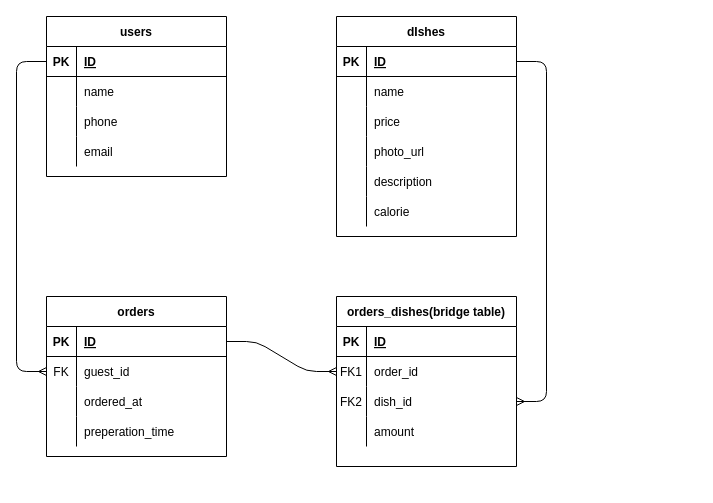
Earlier version of the draw.io diagram planning/ERD.drawio (xli52/pizza_king). Source tidied: cells renumbered, new cells numbered last; positions are measured from the earlier drawing's top-left corner, leaving out a move shared by most shapes. Both pictures are drawn from the tidied source at 100%, with x=0, y=0 at pixel (16, 16).
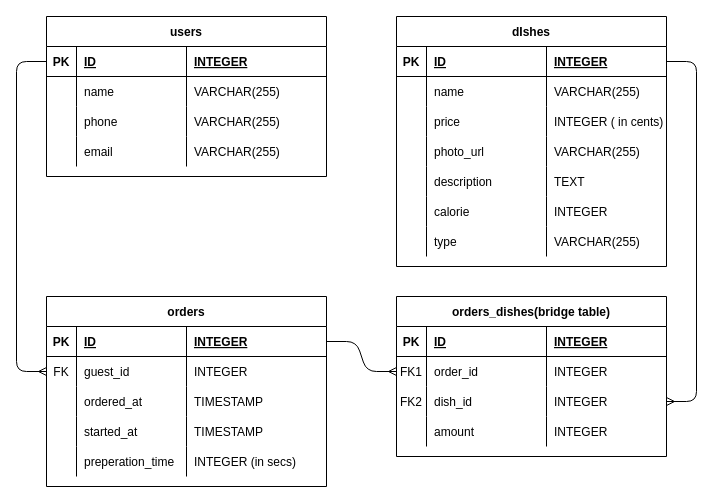
The same diagram, later.

Commit message:
ERD data type added

Diff of the diagram source:
```diff
@@
     <mxCell id="2" value="users" style="shape=table;startSize=30;childLayout=tableLayout;rowLines=0;fontStyle=1;align=center;" parent="1" vertex="1">
-      <mxGeometry x="30" width="180" height="160" as="geometry" />
+      <mxGeometry x="30" width="280" height="160" as="geometry" />
     </mxCell>
     <mxCell id="3" style="shape=partialRectangle;fillColor=none;top=0;left=0;bottom=1;right=0;points=[[0,0.5],[1,0.5]];portConstraint=eastwest;" parent="2" vertex="1">
-      <mxGeometry y="30" width="180" height="30" as="geometry" />
+      <mxGeometry y="30" width="280" height="30" as="geometry" />
     </mxCell>
@@
     <mxCell id="5" value="ID" style="shape=partialRectangle;fillColor=none;top=0;left=0;bottom=0;right=0;align=left;spacingLeft=6;fontStyle=5;overflow=hidden;" parent="3" vertex="1">
-      <mxGeometry x="30" width="150" height="30" as="geometry" />
+      <mxGeometry x="30" width="110" height="30" as="geometry" />
     </mxCell>
+    <mxCell id="63" value="INTEGER" style="shape=partialRectangle;fillColor=none;top=0;left=0;bottom=0;right=0;align=left;spacingLeft=6;fontStyle=5;overflow=hidden;" parent="3" vertex="1">
+      <mxGeometry x="140" width="140" height="30" as="geometry" />
+    </mxCell>
     <mxCell id="6" style="shape=partialRectangle;fillColor=none;top=0;left=0;bottom=0;right=0;" parent="2" vertex="1">
-      <mxGeometry y="60" width="180" height="30" as="geometry" />
+      <mxGeometry y="60" width="280" height="30" as="geometry" />
     </mxCell>
@@
     <mxCell id="8" value="name" style="shape=partialRectangle;fillColor=none;top=0;left=0;bottom=0;right=0;align=left;spacingLeft=6;overflow=hidden;" parent="6" vertex="1">
-      <mxGeometry x="30" width="150" height="30" as="geometry" />
+      <mxGeometry x="30" width="110" height="30" as="geometry" />
     </mxCell>
+    <mxCell id="64" value="VARCHAR(255)" style="shape=partialRectangle;fillColor=none;top=0;left=0;bottom=0;right=0;align=left;spacingLeft=6;overflow=hidden;" parent="6" vertex="1">
+      <mxGeometry x="140" width="140" height="30" as="geometry" />
+    </mxCell>
     <mxCell id="9" style="shape=partialRectangle;fillColor=none;top=0;left=0;bottom=0;right=0;" parent="2" vertex="1">
-      <mxGeometry y="90" width="180" height="30" as="geometry" />
+      <mxGeometry y="90" width="280" height="30" as="geometry" />
     </mxCell>
@@
     <mxCell id="11" value="phone" style="shape=partialRectangle;fillColor=none;top=0;left=0;bottom=0;right=0;align=left;spacingLeft=6;overflow=hidden;" parent="9" vertex="1">
-      <mxGeometry x="30" width="150" height="30" as="geometry" />
+      <mxGeometry x="30" width="110" height="30" as="geometry" />
     </mxCell>
+    <mxCell id="65" value="VARCHAR(255)" style="shape=partialRectangle;fillColor=none;top=0;left=0;bottom=0;right=0;align=left;spacingLeft=6;overflow=hidden;" parent="9" vertex="1">
+      <mxGeometry x="140" width="140" height="30" as="geometry" />
+    </mxCell>
     <mxCell id="12" style="shape=partialRectangle;fillColor=none;top=0;left=0;bottom=0;right=0;" parent="2" vertex="1">
-      <mxGeometry y="120" width="180" height="30" as="geometry" />
+      <mxGeometry y="120" width="280" height="30" as="geometry" />
     </mxCell>
@@
     <mxCell id="14" value="email" style="shape=partialRectangle;fillColor=none;top=0;left=0;bottom=0;right=0;align=left;spacingLeft=6;overflow=hidden;" parent="12" vertex="1">
-      <mxGeometry x="30" width="150" height="30" as="geometry" />
+      <mxGeometry x="30" width="110" height="30" as="geometry" />
     </mxCell>
+    <mxCell id="66" value="VARCHAR(255)" style="shape=partialRectangle;fillColor=none;top=0;left=0;bottom=0;right=0;align=left;spacingLeft=6;overflow=hidden;" parent="12" vertex="1">
+      <mxGeometry x="140" width="140" height="30" as="geometry" />
+    </mxCell>
     <mxCell id="15" value="dIshes" style="shape=table;startSize=30;childLayout=tableLayout;rowLines=0;fontStyle=1;align=center;" parent="1" vertex="1">
-      <mxGeometry x="320" width="180" height="220" as="geometry" />
+      <mxGeometry x="380" width="270" height="250" as="geometry" />
     </mxCell>
     <mxCell id="16" style="shape=partialRectangle;fillColor=none;top=0;left=0;bottom=1;right=0;points=[[0,0.5],[1,0.5]];portConstraint=eastwest;" parent="15" vertex="1">
-      <mxGeometry y="30" width="180" height="30" as="geometry" />
+      <mxGeometry y="30" width="270" height="30" as="geometry" />
     </mxCell>
@@
     <mxCell id="18" value="ID" style="shape=partialRectangle;fillColor=none;top=0;left=0;bottom=0;right=0;align=left;spacingLeft=6;fontStyle=5;overflow=hidden;" parent="16" vertex="1">
-      <mxGeometry x="30" width="150" height="30" as="geometry" />
+      <mxGeometry x="30" width="120" height="30" as="geometry" />
     </mxCell>
+    <mxCell id="67" value="INTEGER" style="shape=partialRectangle;fillColor=none;top=0;left=0;bottom=0;right=0;align=left;spacingLeft=6;fontStyle=5;overflow=hidden;" parent="16" vertex="1">
+      <mxGeometry x="150" width="120" height="30" as="geometry" />
+    </mxCell>
     <mxCell id="19" style="shape=partialRectangle;fillColor=none;top=0;left=0;bottom=0;right=0;" parent="15" vertex="1">
-      <mxGeometry y="60" width="180" height="30" as="geometry" />
+      <mxGeometry y="60" width="270" height="30" as="geometry" />
     </mxCell>
@@
     <mxCell id="21" value="name" style="shape=partialRectangle;fillColor=none;top=0;left=0;bottom=0;right=0;align=left;spacingLeft=6;overflow=hidden;" parent="19" vertex="1">
-      <mxGeometry x="30" width="150" height="30" as="geometry" />
+      <mxGeometry x="30" width="120" height="30" as="geometry" />
     </mxCell>
+    <mxCell id="68" value="VARCHAR(255)" style="shape=partialRectangle;fillColor=none;top=0;left=0;bottom=0;right=0;align=left;spacingLeft=6;overflow=hidden;" parent="19" vertex="1">
+      <mxGeometry x="150" width="120" height="30" as="geometry" />
+    </mxCell>
     <mxCell id="22" style="shape=partialRectangle;fillColor=none;top=0;left=0;bottom=0;right=0;" parent="15" vertex="1">
-      <mxGeometry y="90" width="180" height="30" as="geometry" />
+      <mxGeometry y="90" width="270" height="30" as="geometry" />
     </mxCell>
@@
     <mxCell id="24" value="price" style="shape=partialRectangle;fillColor=none;top=0;left=0;bottom=0;right=0;align=left;spacingLeft=6;overflow=hidden;" parent="22" vertex="1">
-      <mxGeometry x="30" width="150" height="30" as="geometry" />
+      <mxGeometry x="30" width="120" height="30" as="geometry" />
     </mxCell>
+    <mxCell id="69" value="INTEGER ( in cents)" style="shape=partialRectangle;fillColor=none;top=0;left=0;bottom=0;right=0;align=left;spacingLeft=6;overflow=hidden;" parent="22" vertex="1">
+      <mxGeometry x="150" width="120" height="30" as="geometry" />
+    </mxCell>
     <mxCell id="25" style="shape=partialRectangle;fillColor=none;top=0;left=0;bottom=0;right=0;" parent="15" vertex="1">
-      <mxGeometry y="120" width="180" height="30" as="geometry" />
+      <mxGeometry y="120" width="270" height="30" as="geometry" />
     </mxCell>
@@
     <mxCell id="27" value="photo_url" style="shape=partialRectangle;fillColor=none;top=0;left=0;bottom=0;right=0;align=left;spacingLeft=6;overflow=hidden;" parent="25" vertex="1">
-      <mxGeometry x="30" width="150" height="30" as="geometry" />
+      <mxGeometry x="30" width="120" height="30" as="geometry" />
     </mxCell>
+    <mxCell id="70" value="VARCHAR(255)" style="shape=partialRectangle;fillColor=none;top=0;left=0;bottom=0;right=0;align=left;spacingLeft=6;overflow=hidden;" parent="25" vertex="1">
+      <mxGeometry x="150" width="120" height="30" as="geometry" />
+    </mxCell>
     <mxCell id="28" style="shape=partialRectangle;fillColor=none;top=0;left=0;bottom=0;right=0;" parent="15" vertex="1">
-      <mxGeometry y="150" width="180" height="30" as="geometry" />
+      <mxGeometry y="150" width="270" height="30" as="geometry" />
     </mxCell>
@@
     <mxCell id="30" value="description" style="shape=partialRectangle;fillColor=none;top=0;left=0;bottom=0;right=0;align=left;spacingLeft=6;overflow=hidden;" parent="28" vertex="1">
-      <mxGeometry x="30" width="150" height="30" as="geometry" />
+      <mxGeometry x="30" width="120" height="30" as="geometry" />
     </mxCell>
+    <mxCell id="71" value="TEXT" style="shape=partialRectangle;fillColor=none;top=0;left=0;bottom=0;right=0;align=left;spacingLeft=6;overflow=hidden;" parent="28" vertex="1">
+      <mxGeometry x="150" width="120" height="30" as="geometry" />
+    </mxCell>
     <mxCell id="31" style="shape=partialRectangle;fillColor=none;top=0;left=0;bottom=0;right=0;" parent="15" vertex="1">
-      <mxGeometry y="180" width="180" height="30" as="geometry" />
+      <mxGeometry y="180" width="270" height="30" as="geometry" />
     </mxCell>
@@
     <mxCell id="33" value="calorie" style="shape=partialRectangle;fillColor=none;top=0;left=0;bottom=0;right=0;align=left;spacingLeft=6;overflow=hidden;" parent="31" vertex="1">
-      <mxGeometry x="30" width="150" height="30" as="geometry" />
+      <mxGeometry x="30" width="120" height="30" as="geometry" />
     </mxCell>
+    <mxCell id="72" value="INTEGER" style="shape=partialRectangle;fillColor=none;top=0;left=0;bottom=0;right=0;align=left;spacingLeft=6;overflow=hidden;" parent="31" vertex="1">
+      <mxGeometry x="150" width="120" height="30" as="geometry" />
+    </mxCell>
+    <mxCell id="73" style="shape=partialRectangle;fillColor=none;top=0;left=0;bottom=0;right=0;" parent="15" vertex="1">
+      <mxGeometry y="210" width="270" height="30" as="geometry" />
+    </mxCell>
+    <mxCell id="74" style="shape=partialRectangle;fillColor=none;top=0;left=0;bottom=0;right=0;overflow=hidden;" parent="73" vertex="1">
+      <mxGeometry width="30" height="30" as="geometry" />
+    </mxCell>
+    <mxCell id="75" value="type" style="shape=partialRectangle;fillColor=none;top=0;left=0;bottom=0;right=0;align=left;spacingLeft=6;overflow=hidden;" parent="73" vertex="1">
+      <mxGeometry x="30" width="120" height="30" as="geometry" />
+    </mxCell>
+    <mxCell id="76" value="VARCHAR(255)" style="shape=partialRectangle;fillColor=none;top=0;left=0;bottom=0;right=0;align=left;spacingLeft=6;overflow=hidden;" parent="73" vertex="1">
+      <mxGeometry x="150" width="120" height="30" as="geometry" />
+    </mxCell>
     <mxCell id="34" value="orders" style="shape=table;startSize=30;childLayout=tableLayout;rowLines=0;fontStyle=1;align=center;" parent="1" vertex="1">
-      <mxGeometry x="30" y="280" width="180" height="160" as="geometry" />
+      <mxGeometry x="30" y="280" width="280" height="190" as="geometry" />
     </mxCell>
     <mxCell id="35" style="shape=partialRectangle;fillColor=none;top=0;left=0;bottom=1;right=0;points=[[0,0.5],[1,0.5]];portConstraint=eastwest;" parent="34" vertex="1">
-      <mxGeometry y="30" width="180" height="30" as="geometry" />
+      <mxGeometry y="30" width="280" height="30" as="geometry" />
     </mxCell>
@@
     <mxCell id="37" value="ID" style="shape=partialRectangle;fillColor=none;top=0;left=0;bottom=0;right=0;align=left;spacingLeft=6;fontStyle=5;overflow=hidden;" parent="35" vertex="1">
-      <mxGeometry x="30" width="150" height="30" as="geometry" />
+      <mxGeometry x="30" width="110" height="30" as="geometry" />
     </mxCell>
+    <mxCell id="77" value="INTEGER" style="shape=partialRectangle;fillColor=none;top=0;left=0;bottom=0;right=0;align=left;spacingLeft=6;fontStyle=5;overflow=hidden;" parent="35" vertex="1">
+      <mxGeometry x="140" width="140" height="30" as="geometry" />
+    </mxCell>
     <mxCell id="38" style="shape=partialRectangle;fillColor=none;top=0;left=0;bottom=0;right=0;points=[[0,0.5],[1,0.5]];portConstraint=eastwest;" parent="34" vertex="1">
-      <mxGeometry y="60" width="180" height="30" as="geometry" />
+      <mxGeometry y="60" width="280" height="30" as="geometry" />
     </mxCell>
@@
     <mxCell id="40" value="guest_id" style="shape=partialRectangle;fillColor=none;top=0;left=0;bottom=0;right=0;align=left;spacingLeft=6;overflow=hidden;" parent="38" vertex="1">
-      <mxGeometry x="30" width="150" height="30" as="geometry" />
+      <mxGeometry x="30" width="110" height="30" as="geometry" />
     </mxCell>
+    <mxCell id="78" value="INTEGER" style="shape=partialRectangle;fillColor=none;top=0;left=0;bottom=0;right=0;align=left;spacingLeft=6;overflow=hidden;" parent="38" vertex="1">
+      <mxGeometry x="140" width="140" height="30" as="geometry" />
+    </mxCell>
     <mxCell id="41" style="shape=partialRectangle;fillColor=none;top=0;left=0;bottom=0;right=0;" parent="34" vertex="1">
-      <mxGeometry y="90" width="180" height="30" as="geometry" />
+      <mxGeometry y="90" width="280" height="30" as="geometry" />
     </mxCell>
@@
     <mxCell id="43" value="ordered_at" style="shape=partialRectangle;fillColor=none;top=0;left=0;bottom=0;right=0;align=left;spacingLeft=6;overflow=hidden;" parent="41" vertex="1">
-      <mxGeometry x="30" width="150" height="30" as="geometry" />
+      <mxGeometry x="30" width="110" height="30" as="geometry" />
     </mxCell>
+    <mxCell id="79" value="TIMESTAMP" style="shape=partialRectangle;fillColor=none;top=0;left=0;bottom=0;right=0;align=left;spacingLeft=6;overflow=hidden;" parent="41" vertex="1">
+      <mxGeometry x="140" width="140" height="30" as="geometry" />
+    </mxCell>
+    <mxCell id="80" style="shape=partialRectangle;fillColor=none;top=0;left=0;bottom=0;right=0;" parent="34" vertex="1">
+      <mxGeometry y="120" width="280" height="30" as="geometry" />
+    </mxCell>
+    <mxCell id="81" style="shape=partialRectangle;fillColor=none;top=0;left=0;bottom=0;right=0;overflow=hidden;" parent="80" vertex="1">
+      <mxGeometry width="30" height="30" as="geometry" />
+    </mxCell>
+    <mxCell id="82" value="started_at" style="shape=partialRectangle;fillColor=none;top=0;left=0;bottom=0;right=0;align=left;spacingLeft=6;overflow=hidden;" parent="80" vertex="1">
+      <mxGeometry x="30" width="110" height="30" as="geometry" />
+    </mxCell>
+    <mxCell id="83" value="TIMESTAMP" style="shape=partialRectangle;fillColor=none;top=0;left=0;bottom=0;right=0;align=left;spacingLeft=6;overflow=hidden;" parent="80" vertex="1">
+      <mxGeometry x="140" width="140" height="30" as="geometry" />
+    </mxCell>
     <mxCell id="44" style="shape=partialRectangle;fillColor=none;top=0;left=0;bottom=0;right=0;" parent="34" vertex="1">
-      <mxGeometry y="120" width="180" height="30" as="geometry" />
+      <mxGeometry y="150" width="280" height="30" as="geometry" />
     </mxCell>
@@
     <mxCell id="46" value="preperation_time" style="shape=partialRectangle;fillColor=none;top=0;left=0;bottom=0;right=0;align=left;spacingLeft=6;overflow=hidden;" parent="44" vertex="1">
-      <mxGeometry x="30" width="150" height="30" as="geometry" />
+      <mxGeometry x="30" width="110" height="30" as="geometry" />
     </mxCell>
+    <mxCell id="84" value="INTEGER (in secs)" style="shape=partialRectangle;fillColor=none;top=0;left=0;bottom=0;right=0;align=left;spacingLeft=6;overflow=hidden;" parent="44" vertex="1">
+      <mxGeometry x="140" width="140" height="30" as="geometry" />
+    </mxCell>
@@
     <mxCell id="48" value="orders_dishes(bridge table)" style="shape=table;startSize=30;childLayout=tableLayout;rowLines=0;fontStyle=1;align=center;" parent="1" vertex="1">
-      <mxGeometry x="320" y="280" width="180" height="170" as="geometry" />
+      <mxGeometry x="380" y="280" width="270" height="160" as="geometry" />
     </mxCell>
     <mxCell id="49" style="shape=partialRectangle;fillColor=none;top=0;left=0;bottom=1;right=0;" parent="48" vertex="1">
-      <mxGeometry y="30" width="180" height="30" as="geometry" />
+      <mxGeometry y="30" width="270" height="30" as="geometry" />
     </mxCell>
@@
     <mxCell id="51" value="ID" style="shape=partialRectangle;fillColor=none;top=0;left=0;bottom=0;right=0;align=left;spacingLeft=6;fontStyle=5;overflow=hidden;" parent="49" vertex="1">
-      <mxGeometry x="30" width="150" height="30" as="geometry" />
+      <mxGeometry x="30" width="120" height="30" as="geometry" />
     </mxCell>
+    <mxCell id="85" value="INTEGER" style="shape=partialRectangle;fillColor=none;top=0;left=0;bottom=0;right=0;align=left;spacingLeft=6;fontStyle=5;overflow=hidden;" parent="49" vertex="1">
+      <mxGeometry x="150" width="120" height="30" as="geometry" />
+    </mxCell>
     <mxCell id="52" style="shape=partialRectangle;fillColor=none;top=0;left=0;bottom=0;right=0;points=[[0,0.5],[1,0.5]];portConstraint=eastwest;" parent="48" vertex="1">
-      <mxGeometry y="60" width="180" height="30" as="geometry" />
+      <mxGeometry y="60" width="270" height="30" as="geometry" />
     </mxCell>
@@
     <mxCell id="54" value="order_id" style="shape=partialRectangle;fillColor=none;top=0;left=0;bottom=0;right=0;align=left;spacingLeft=6;overflow=hidden;" parent="52" vertex="1">
-      <mxGeometry x="30" width="150" height="30" as="geometry" />
+      <mxGeometry x="30" width="120" height="30" as="geometry" />
     </mxCell>
+    <mxCell id="86" value="INTEGER" style="shape=partialRectangle;fillColor=none;top=0;left=0;bottom=0;right=0;align=left;spacingLeft=6;overflow=hidden;" parent="52" vertex="1">
+      <mxGeometry x="150" width="120" height="30" as="geometry" />
+    </mxCell>
     <mxCell id="55" style="shape=partialRectangle;fillColor=none;top=0;left=0;bottom=0;right=0;points=[[0,0.5],[1,0.5]];portConstraint=eastwest;" parent="48" vertex="1">
-      <mxGeometry y="90" width="180" height="30" as="geometry" />
+      <mxGeometry y="90" width="270" height="30" as="geometry" />
     </mxCell>
@@
     <mxCell id="57" value="dish_id" style="shape=partialRectangle;fillColor=none;top=0;left=0;bottom=0;right=0;align=left;spacingLeft=6;overflow=hidden;" parent="55" vertex="1">
-      <mxGeometry x="30" width="150" height="30" as="geometry" />
+      <mxGeometry x="30" width="120" height="30" as="geometry" />
     </mxCell>
+    <mxCell id="87" value="INTEGER" style="shape=partialRectangle;fillColor=none;top=0;left=0;bottom=0;right=0;align=left;spacingLeft=6;overflow=hidden;" parent="55" vertex="1">
+      <mxGeometry x="150" width="120" height="30" as="geometry" />
+    </mxCell>
     <mxCell id="58" style="shape=partialRectangle;fillColor=none;top=0;left=0;bottom=0;right=0;" parent="48" vertex="1">
-      <mxGeometry y="120" width="180" height="30" as="geometry" />
+      <mxGeometry y="120" width="270" height="30" as="geometry" />
     </mxCell>
@@
     <mxCell id="60" value="amount" style="shape=partialRectangle;fillColor=none;top=0;left=0;bottom=0;right=0;align=left;spacingLeft=6;overflow=hidden;" parent="58" vertex="1">
-      <mxGeometry x="30" width="150" height="30" as="geometry" />
+      <mxGeometry x="30" width="120" height="30" as="geometry" />
     </mxCell>
+    <mxCell id="88" value="INTEGER" style="shape=partialRectangle;fillColor=none;top=0;left=0;bottom=0;right=0;align=left;spacingLeft=6;overflow=hidden;" parent="58" vertex="1">
+      <mxGeometry x="150" width="120" height="30" as="geometry" />
+    </mxCell>
```
